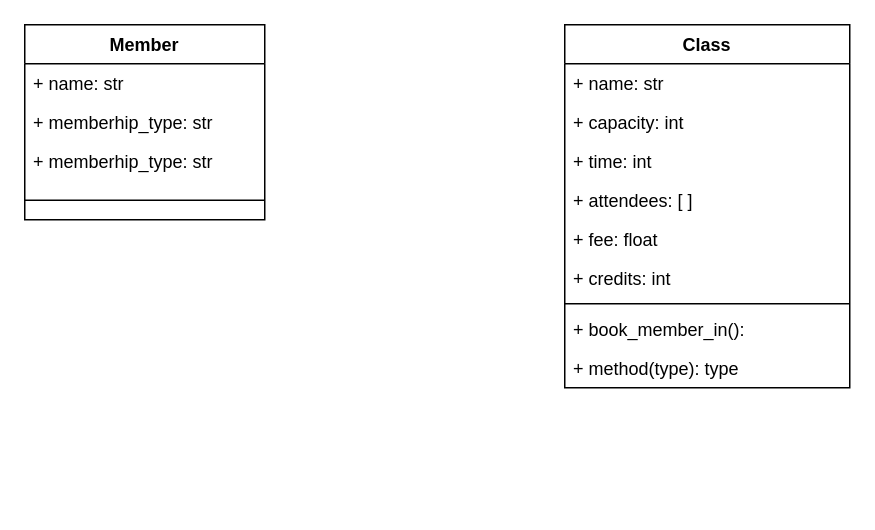
This is Project_Documents/Class_Diagram.drawio from Wellington-Black/Project_Web_Programming_with_Python, a draw.io file, before an edit. Source tidied: cells renumbered, new cells numbered last; positions are measured from the earlier drawing's top-left corner, leaving out a move shared by most shapes. Both pictures are drawn from the tidied source at 150%, with x=0, y=0 at pixel (24, 24).
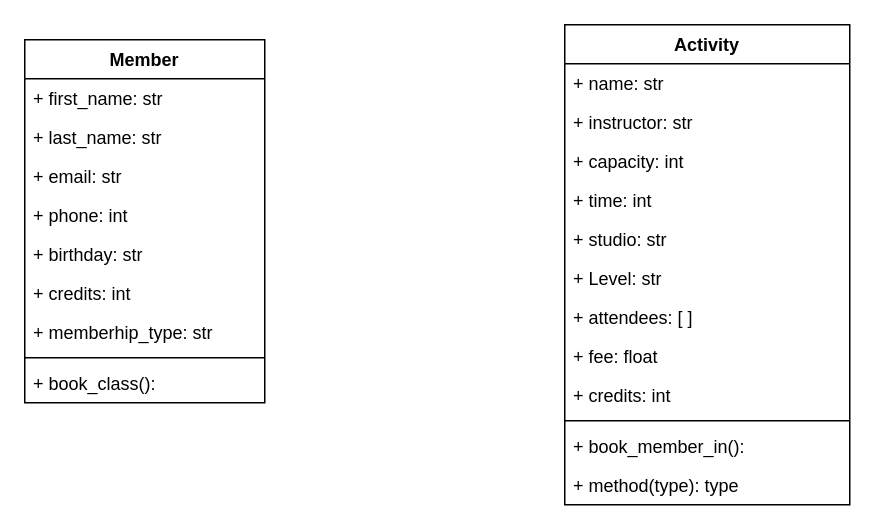
Above is the later version.

Diff of the diagram source:
```diff
@@
     <mxCell id="2" value="Member" style="swimlane;fontStyle=1;align=center;verticalAlign=top;horizontal=1;startSize=26;" parent="1" vertex="1">
-      <mxGeometry width="160" height="130" as="geometry" />
+      <mxGeometry y="10" width="160" height="242" as="geometry" />
     </mxCell>
-    <mxCell id="3" value="+ name: str" style="text;strokeColor=none;fillColor=none;align=left;verticalAlign=top;spacingLeft=4;spacingRight=4;overflow=hidden;" parent="2" vertex="1">
+    <mxCell id="3" value="+ first_name: str" style="text;strokeColor=none;fillColor=none;align=left;verticalAlign=top;spacingLeft=4;spacingRight=4;overflow=hidden;" parent="2" vertex="1">
       <mxGeometry y="26" width="160" height="26" as="geometry" />
     </mxCell>
+    <mxCell id="17" value="+ last_name: str" style="text;strokeColor=none;fillColor=none;align=left;verticalAlign=top;spacingLeft=4;spacingRight=4;overflow=hidden;" parent="2" vertex="1">
+      <mxGeometry y="52" width="160" height="26" as="geometry" />
+    </mxCell>
+    <mxCell id="18" value="+ email: str" style="text;strokeColor=none;fillColor=none;align=left;verticalAlign=top;spacingLeft=4;spacingRight=4;overflow=hidden;" parent="2" vertex="1">
+      <mxGeometry y="78" width="160" height="26" as="geometry" />
+    </mxCell>
+    <mxCell id="19" value="+ phone: int" style="text;strokeColor=none;fillColor=none;align=left;verticalAlign=top;spacingLeft=4;spacingRight=4;overflow=hidden;" parent="2" vertex="1">
+      <mxGeometry y="104" width="160" height="26" as="geometry" />
+    </mxCell>
-    <mxCell id="4" value="+ memberhip_type: str" style="text;strokeColor=none;fillColor=none;align=left;verticalAlign=top;spacingLeft=4;spacingRight=4;overflow=hidden;" parent="2" vertex="1">
-      <mxGeometry y="52" width="160" height="26" as="geometry" />
+    <mxCell id="4" value="+ birthday: str" style="text;strokeColor=none;fillColor=none;align=left;verticalAlign=top;spacingLeft=4;spacingRight=4;overflow=hidden;" parent="2" vertex="1">
+      <mxGeometry y="130" width="160" height="26" as="geometry" />
     </mxCell>
+    <mxCell id="20" value="+ credits: int" style="text;strokeColor=none;fillColor=none;align=left;verticalAlign=top;spacingLeft=4;spacingRight=4;overflow=hidden;" parent="2" vertex="1">
+      <mxGeometry y="156" width="160" height="26" as="geometry" />
+    </mxCell>
     <mxCell id="5" value="+ memberhip_type: str" style="text;strokeColor=none;fillColor=none;align=left;verticalAlign=top;spacingLeft=4;spacingRight=4;overflow=hidden;" parent="2" vertex="1">
-      <mxGeometry y="78" width="160" height="26" as="geometry" />
+      <mxGeometry y="182" width="160" height="26" as="geometry" />
     </mxCell>
     <mxCell id="6" style="line;strokeWidth=1;fillColor=none;align=left;verticalAlign=middle;spacingTop=-1;spacingLeft=3;spacingRight=3;labelPosition=right;" parent="2" vertex="1">
-      <mxGeometry y="104" width="160" height="26" as="geometry" />
+      <mxGeometry y="208" width="160" height="8" as="geometry" />
     </mxCell>
+    <mxCell id="21" value="+ book_class():" style="text;strokeColor=none;fillColor=none;align=left;verticalAlign=top;spacingLeft=4;spacingRight=4;overflow=hidden;" parent="2" vertex="1">
+      <mxGeometry y="216" width="160" height="26" as="geometry" />
+    </mxCell>
-    <mxCell id="7" value="Class" style="swimlane;fontStyle=1;align=center;verticalAlign=top;horizontal=1;startSize=26;" parent="1" vertex="1">
-      <mxGeometry x="360" width="190" height="242" as="geometry" />
+    <mxCell id="7" value="Activity" style="swimlane;fontStyle=1;align=center;verticalAlign=top;horizontal=1;startSize=26;" parent="1" vertex="1">
+      <mxGeometry x="360" width="190" height="320" as="geometry" />
     </mxCell>
@@
+    <mxCell id="22" value="+ instructor: str" style="text;strokeColor=none;fillColor=none;align=left;verticalAlign=top;spacingLeft=4;spacingRight=4;overflow=hidden;" parent="7" vertex="1">
+      <mxGeometry y="52" width="190" height="26" as="geometry" />
+    </mxCell>
+    <mxCell id="23" value="+ capacity: int" style="text;strokeColor=none;fillColor=none;align=left;verticalAlign=top;spacingLeft=4;spacingRight=4;overflow=hidden;" parent="7" vertex="1">
+      <mxGeometry y="78" width="190" height="26" as="geometry" />
+    </mxCell>
+    <mxCell id="10" value="+ time: int" style="text;strokeColor=none;fillColor=none;align=left;verticalAlign=top;spacingLeft=4;spacingRight=4;overflow=hidden;" parent="7" vertex="1">
+      <mxGeometry y="104" width="190" height="26" as="geometry" />
+    </mxCell>
-    <mxCell id="9" value="+ capacity: int" style="text;strokeColor=none;fillColor=none;align=left;verticalAlign=top;spacingLeft=4;spacingRight=4;overflow=hidden;" parent="7" vertex="1">
-      <mxGeometry y="52" width="190" height="26" as="geometry" />
+    <mxCell id="9" value="+ studio: str" style="text;strokeColor=none;fillColor=none;align=left;verticalAlign=top;spacingLeft=4;spacingRight=4;overflow=hidden;" parent="7" vertex="1">
+      <mxGeometry y="130" width="190" height="26" as="geometry" />
     </mxCell>
-    <mxCell id="10" value="+ time: int" style="text;strokeColor=none;fillColor=none;align=left;verticalAlign=top;spacingLeft=4;spacingRight=4;overflow=hidden;" parent="7" vertex="1">
-      <mxGeometry y="78" width="190" height="26" as="geometry" />
-    </mxCell>
+    <mxCell id="24" value="+ Level: str" style="text;strokeColor=none;fillColor=none;align=left;verticalAlign=top;spacingLeft=4;spacingRight=4;overflow=hidden;" parent="7" vertex="1">
+      <mxGeometry y="156" width="190" height="26" as="geometry" />
+    </mxCell>
     <mxCell id="11" value="+ attendees: [ ]" style="text;strokeColor=none;fillColor=none;align=left;verticalAlign=top;spacingLeft=4;spacingRight=4;overflow=hidden;" parent="7" vertex="1">
-      <mxGeometry y="104" width="190" height="26" as="geometry" />
+      <mxGeometry y="182" width="190" height="26" as="geometry" />
     </mxCell>
     <mxCell id="12" value="+ fee: float&#10;" style="text;strokeColor=none;fillColor=none;align=left;verticalAlign=top;spacingLeft=4;spacingRight=4;overflow=hidden;" parent="7" vertex="1">
-      <mxGeometry y="130" width="190" height="26" as="geometry" />
+      <mxGeometry y="208" width="190" height="26" as="geometry" />
     </mxCell>
     <mxCell id="13" value="+ credits: int&#10;" style="text;strokeColor=none;fillColor=none;align=left;verticalAlign=top;spacingLeft=4;spacingRight=4;overflow=hidden;" parent="7" vertex="1">
-      <mxGeometry y="156" width="190" height="26" as="geometry" />
+      <mxGeometry y="234" width="190" height="26" as="geometry" />
     </mxCell>
     <mxCell id="14" style="line;strokeWidth=1;fillColor=none;align=left;verticalAlign=middle;spacingTop=-1;spacingLeft=3;spacingRight=3;labelPosition=right;" parent="7" vertex="1">
-      <mxGeometry y="182" width="190" height="8" as="geometry" />
+      <mxGeometry y="260" width="190" height="8" as="geometry" />
     </mxCell>
     <mxCell id="15" value="+ book_member_in():" style="text;strokeColor=none;fillColor=none;align=left;verticalAlign=top;spacingLeft=4;spacingRight=4;overflow=hidden;" parent="7" vertex="1">
-      <mxGeometry y="190" width="190" height="26" as="geometry" />
+      <mxGeometry y="268" width="190" height="26" as="geometry" />
     </mxCell>
     <mxCell id="16" value="+ method(type): type" style="text;strokeColor=none;fillColor=none;align=left;verticalAlign=top;spacingLeft=4;spacingRight=4;overflow=hidden;" parent="7" vertex="1">
-      <mxGeometry y="216" width="190" height="26" as="geometry" />
+      <mxGeometry y="294" width="190" height="26" as="geometry" />
     </mxCell>
```
